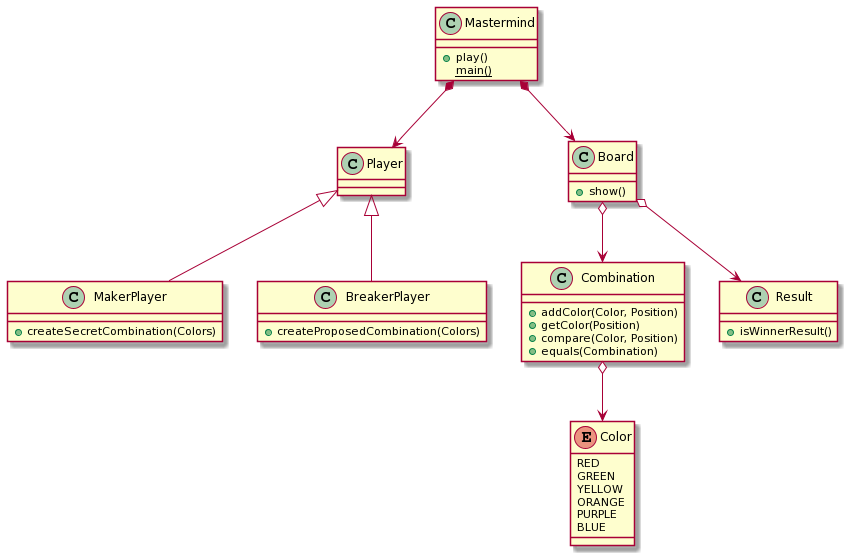
Above: Mastermind.png in Master-Desarrollo-20-21/ejercicio-2-vista-publica-clases-mastermind-ajsinoga (PlantUML), before the change. Its diagram source:
```plantuml
@startuml
class Mastermind
{
 + play()
 {static} main()
}


Mastermind *--> Player
class Player
{
}

Player <|-- MakerPlayer
class MakerPlayer
{
+createSecretCombination(Colors)
}

Player <|-- BreakerPlayer
class BreakerPlayer
{
+createProposedCombination(Colors)
}

Mastermind *--> Board
class Board
{
+show()
}


class Combination
{
+addColor(Color, Position)
+getColor(Position)
+compare(Color, Position)
+equals(Combination)
}

Combination o--> Color
enum Color {
  RED
  GREEN
  YELLOW
  ORANGE
  PURPLE
  BLUE
}




Board o--> Result
Board o--> Combination
class Result
{
+isWinnerResult()
}
@enduml
```
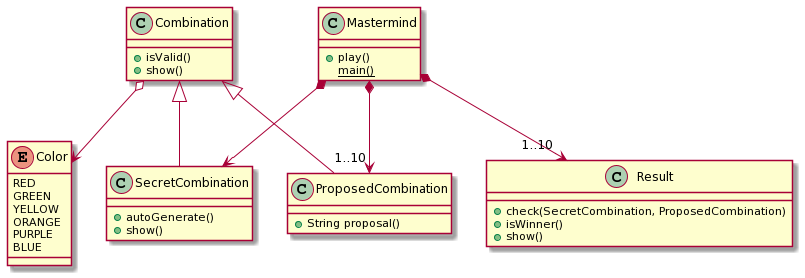
Above is the later version.

Commit message:
Diagrama UML actualizado

Diff of the diagram source:
```diff
@@ -6,37 +6,37 @@
 }
 
 
-Mastermind *--> Player
-class Player
+Mastermind *--> SecretCombination
+class SecretCombination
 {
-}
-
-Player <|-- MakerPlayer
-class MakerPlayer
-{
-+createSecretCombination(Colors)
-}
-
-Player <|-- BreakerPlayer
-class BreakerPlayer
-{
-+createProposedCombination(Colors)
-}
-
-Mastermind *--> Board
-class Board
-{
++autoGenerate()
 +show()
 }
 
+Mastermind *--> "1..10" ProposedCombination
+class ProposedCombination
+{
++String proposal()
+}
 
 class Combination
 {
-+addColor(Color, Position)
-+getColor(Position)
-+compare(Color, Position)
-+equals(Combination)
++isValid()
++show()
 }
+
+Combination <|-- SecretCombination
+
+Combination <|-- ProposedCombination
+
+Mastermind *--> "1..10" Result
+class Result
+{
++check(SecretCombination, ProposedCombination)
++isWinner()
++show()
+}
+
 
 Combination o--> Color
 enum Color {
@@ -47,14 +47,4 @@
   PURPLE
   BLUE
 }
-
-
-
-
-Board o--> Result
-Board o--> Combination
-class Result
-{
-+isWinnerResult()
-}
 @enduml
```
